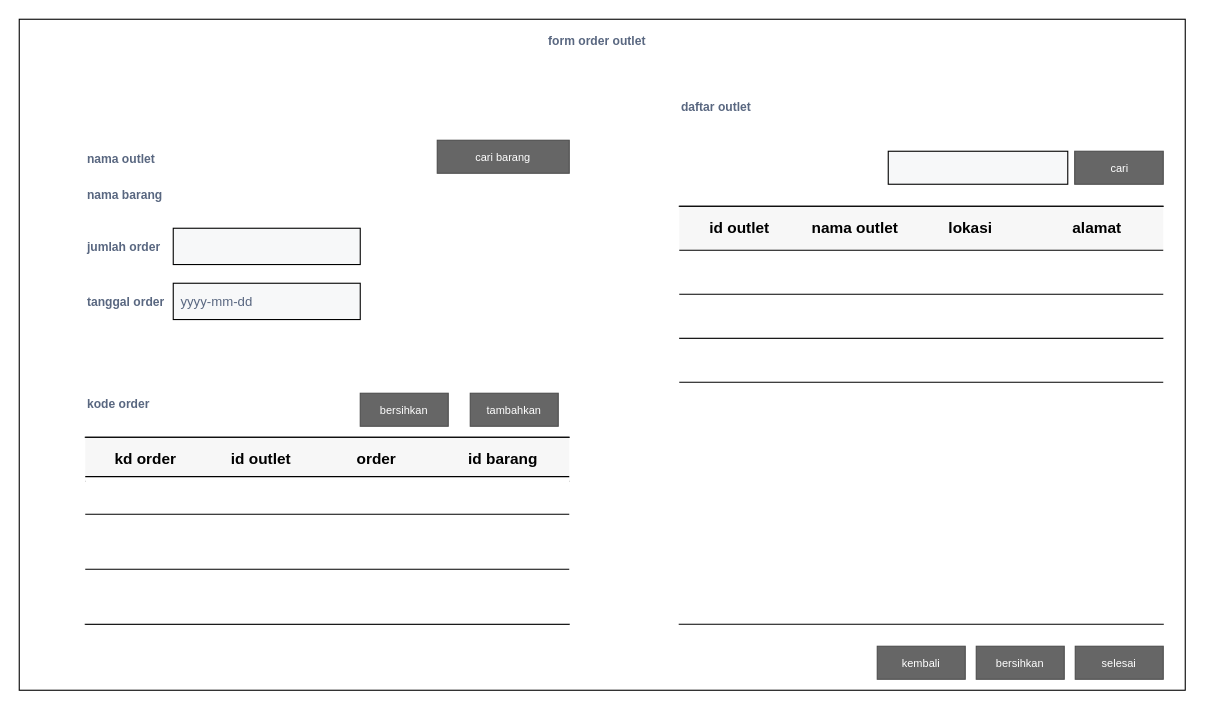
The draw.io diagram diagram/rancangan_layar/form_order.drawio in mqnoy/kakapeh, before the edit. Source tidied: cells renumbered, new cells numbered last; positions are measured from the earlier drawing's top-left corner, leaving out a move shared by most shapes. Both pictures are drawn from the tidied source at 110%, with x=0, y=0 at pixel (19, 19).
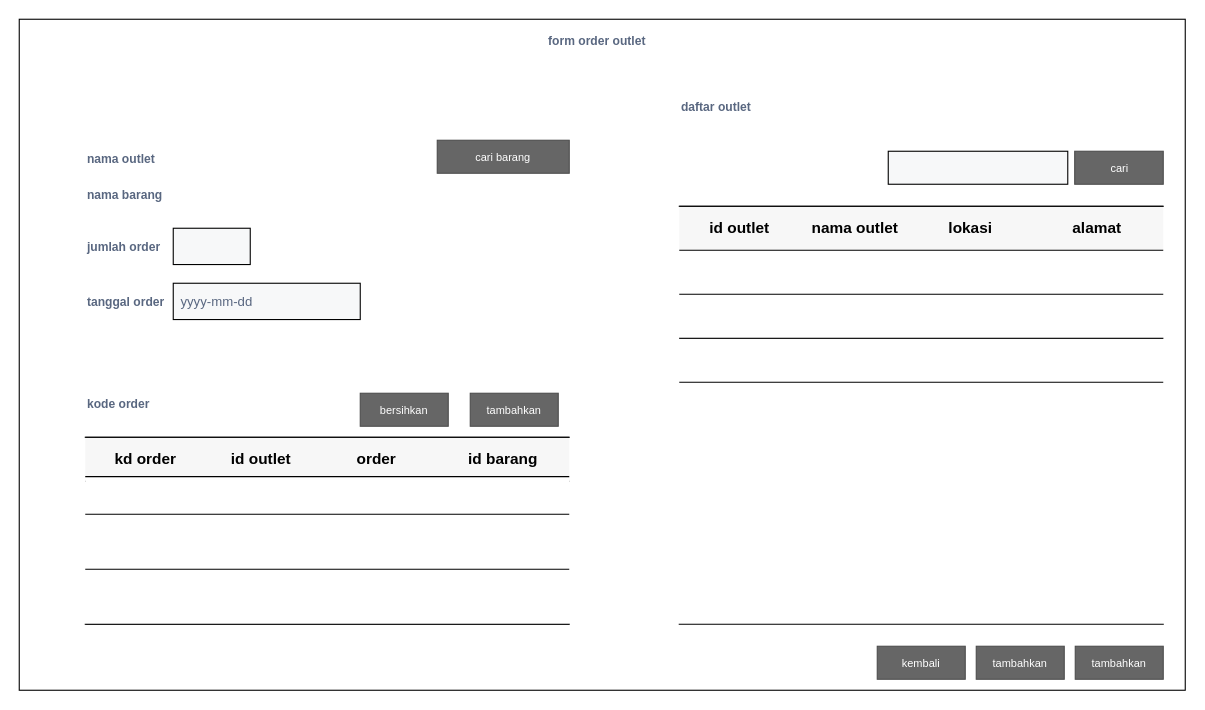
The same diagram, later.

Diff of the diagram source:
```diff
@@
-    <mxCell id="7" style="group;" parent="1" vertex="1">
-      <mxGeometry x="60" y="190" width="250" height="33" as="geometry" />
-    </mxCell>
-    <mxCell id="8" value="jumlah order" style="fillColor=none;strokeColor=none;html=1;fontSize=11;fontStyle=0;align=left;fontColor=#596780;fontStyle=1;fontSize=11;comic=0;" parent="7" vertex="1">
-      <mxGeometry y="6.5" width="70" height="20" as="geometry" />
-    </mxCell>
-    <mxCell id="9" style="rounded=0;arcSize=9;fillColor=#F7F8F9;align=left;spacingLeft=5;strokeColor=#000000;html=1;strokeWidth=1;fontColor=#596780;fontSize=12;comic=0;" parent="7" vertex="1">
-      <mxGeometry x="80" width="170" height="33" as="geometry" />
-    </mxCell>
@@
-    <mxCell id="38" value="bersihkan" style="rounded=0;html=1;shadow=0;dashed=0;whiteSpace=wrap;fontSize=10;fillColor=#666666;align=center;strokeColor=#4D4D4D;fontColor=#ffffff;comic=0;" parent="1" vertex="1">
+    <mxCell id="38" value="tambahkan" style="rounded=0;html=1;shadow=0;dashed=0;whiteSpace=wrap;fontSize=10;fillColor=#666666;align=center;strokeColor=#4D4D4D;fontColor=#ffffff;comic=0;" parent="1" vertex="1">
       <mxGeometry x="870" y="570" width="80" height="30" as="geometry" />
     </mxCell>
-    <mxCell id="39" value="selesai" style="rounded=0;html=1;shadow=0;dashed=0;whiteSpace=wrap;fontSize=10;fillColor=#666666;align=center;strokeColor=#4D4D4D;fontColor=#ffffff;comic=0;" parent="1" vertex="1">
+    <mxCell id="39" value="tambahkan" style="rounded=0;html=1;shadow=0;dashed=0;whiteSpace=wrap;fontSize=10;fillColor=#666666;align=center;strokeColor=#4D4D4D;fontColor=#ffffff;comic=0;" parent="1" vertex="1">
       <mxGeometry x="960" y="570" width="80" height="30" as="geometry" />
     </mxCell>
+    <mxCell id="8" value="jumlah order" style="fillColor=none;strokeColor=none;html=1;fontSize=11;fontStyle=0;align=left;fontColor=#596780;fontStyle=1;fontSize=11;comic=0;" parent="1" vertex="1">
+      <mxGeometry x="60" y="196.5" width="70" height="20" as="geometry" />
+    </mxCell>
+    <mxCell id="9" style="rounded=0;arcSize=9;fillColor=#F7F8F9;align=left;spacingLeft=5;strokeColor=#000000;html=1;strokeWidth=1;fontColor=#596780;fontSize=12;comic=0;" parent="1" vertex="1">
+      <mxGeometry x="140" y="190" width="70" height="33" as="geometry" />
+    </mxCell>
```
